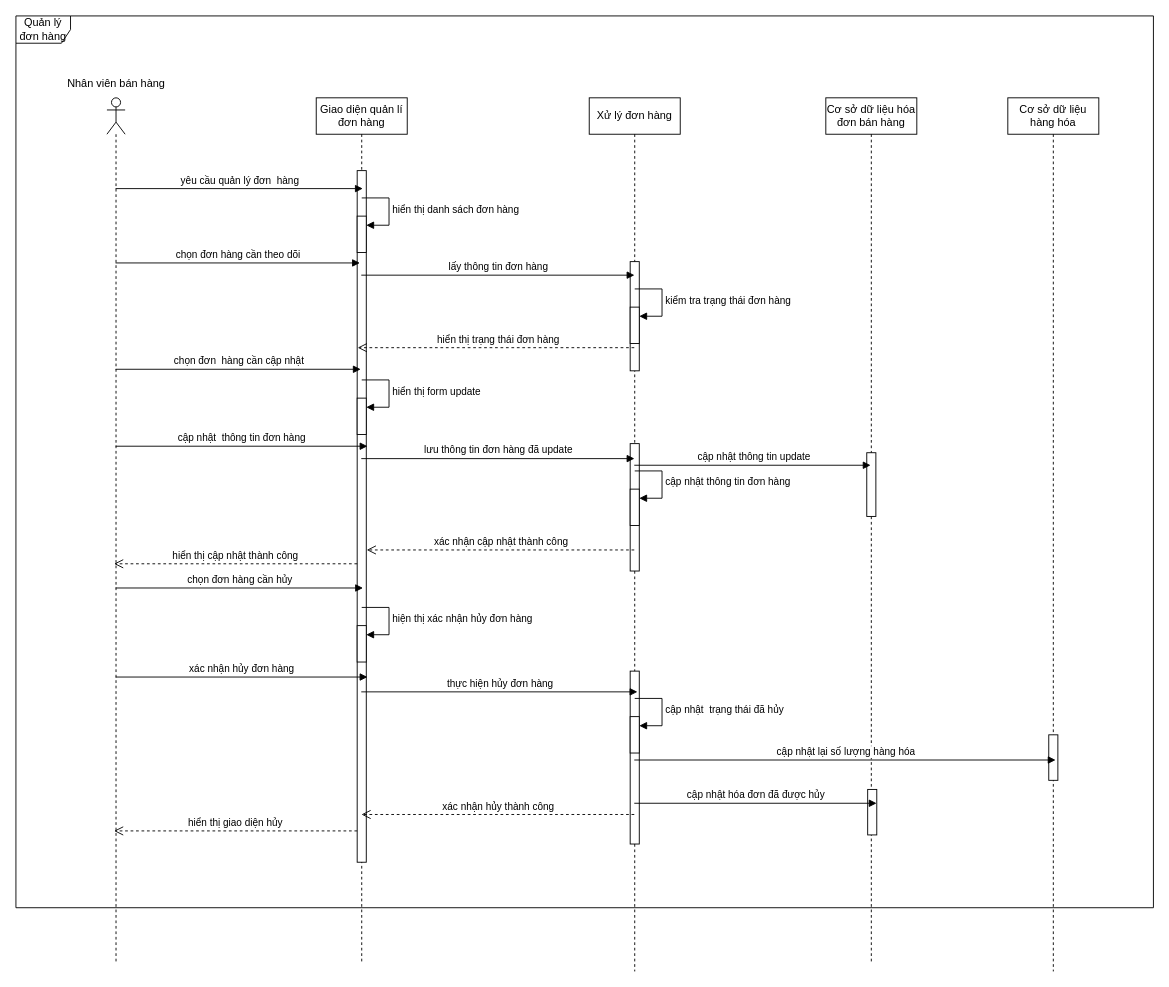
The draw.io diagram NV-QLĐH sequence.drawio in RomJoke/K, before the edit. Source tidied: cells renumbered, new cells numbered last; positions are measured from the earlier drawing's top-left corner, leaving out a move shared by most shapes. Both pictures are drawn from the tidied source at 91%, with x=0, y=0 at pixel (15, 15).
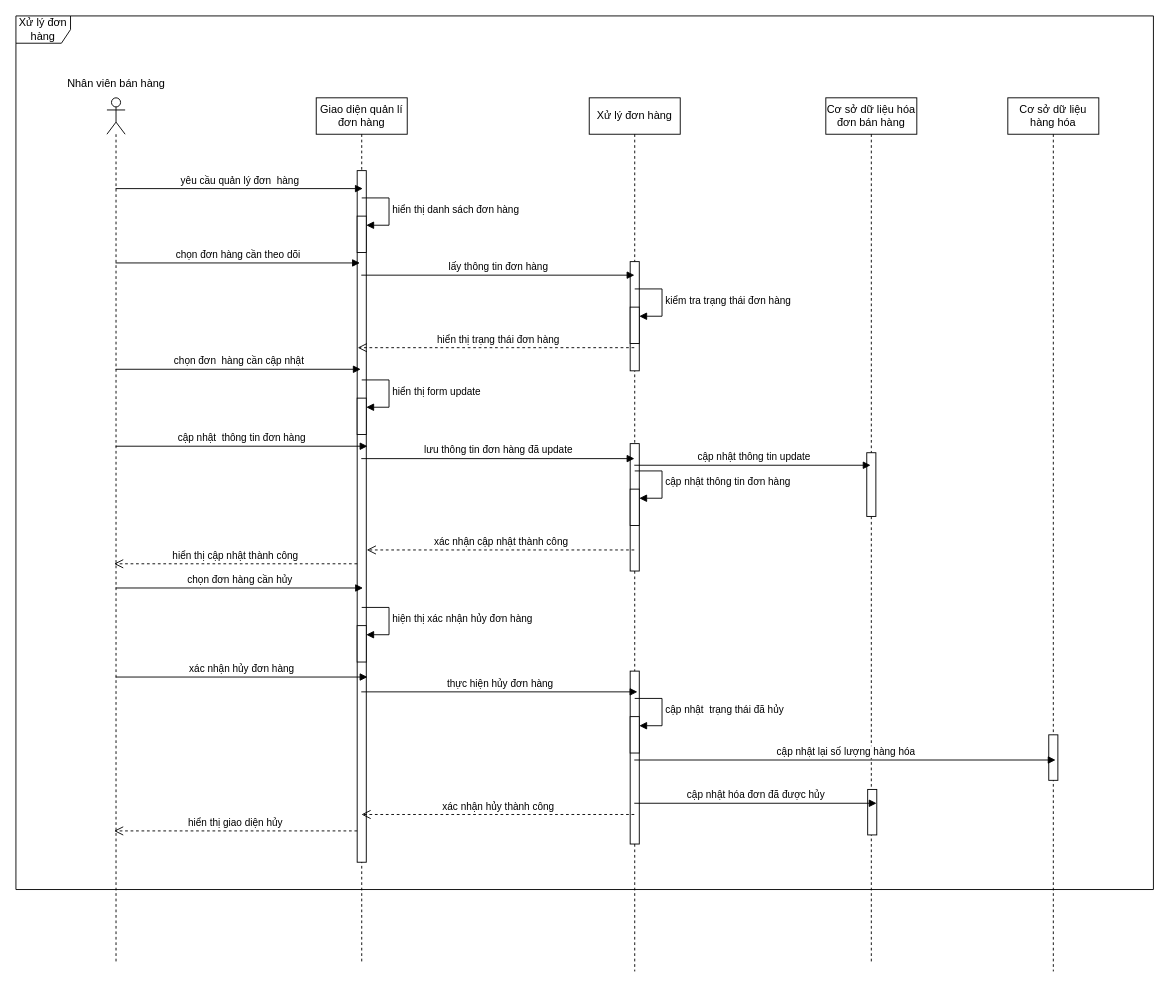
The same page after the edit.

What changed in the source:
```diff
@@
-    <mxCell id="2" value="Quản lý đơn hàng" style="shape=umlFrame;whiteSpace=wrap;html=1;" parent="1" vertex="1">
-      <mxGeometry width="1250" height="980" as="geometry" />
+    <mxCell id="2" value="Xử lý đơn hàng" style="shape=umlFrame;whiteSpace=wrap;html=1;" parent="1" vertex="1">
+      <mxGeometry width="1250" height="960" as="geometry" />
     </mxCell>
```
